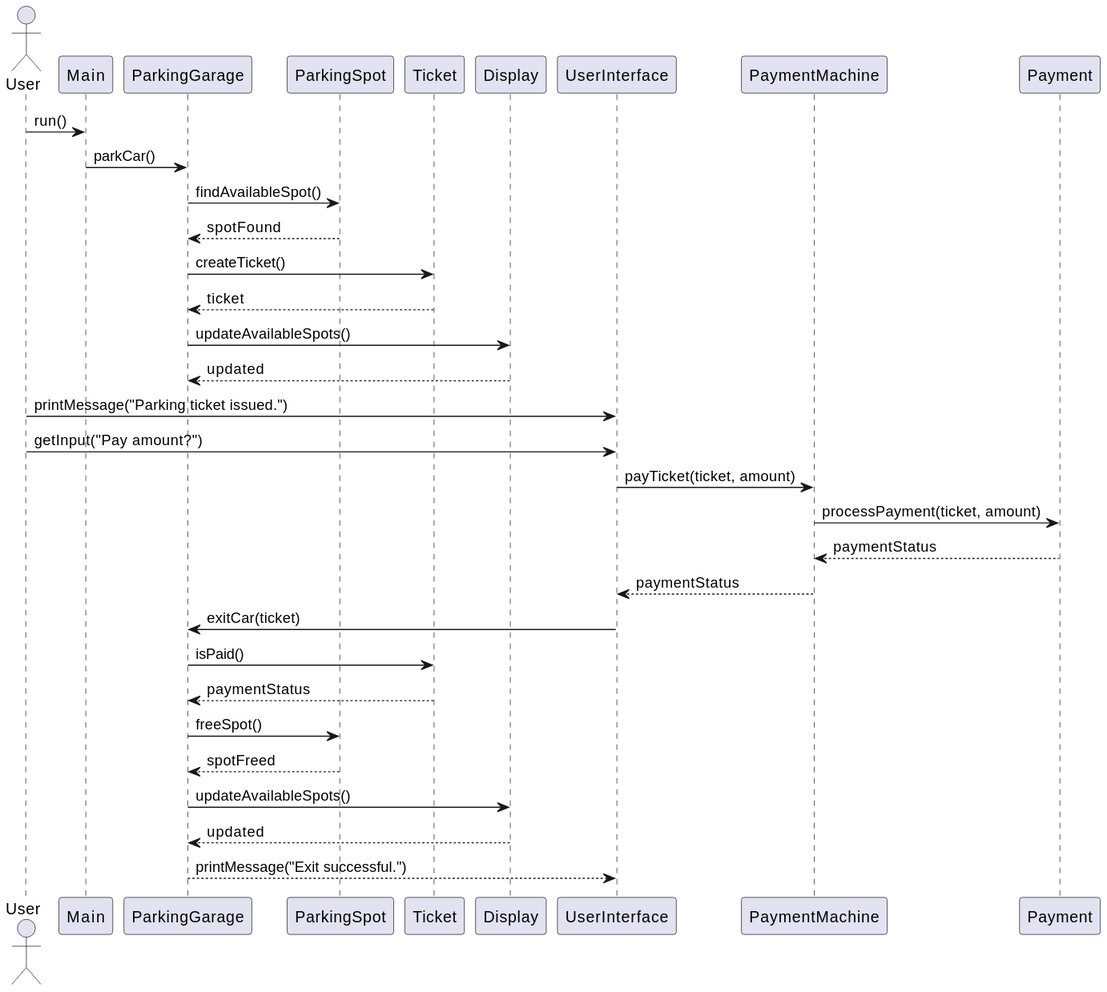
Earlier version of the PlantUML export uml/SequenceDiagramm-0.svg (LynnDelpy/ParkFlow).
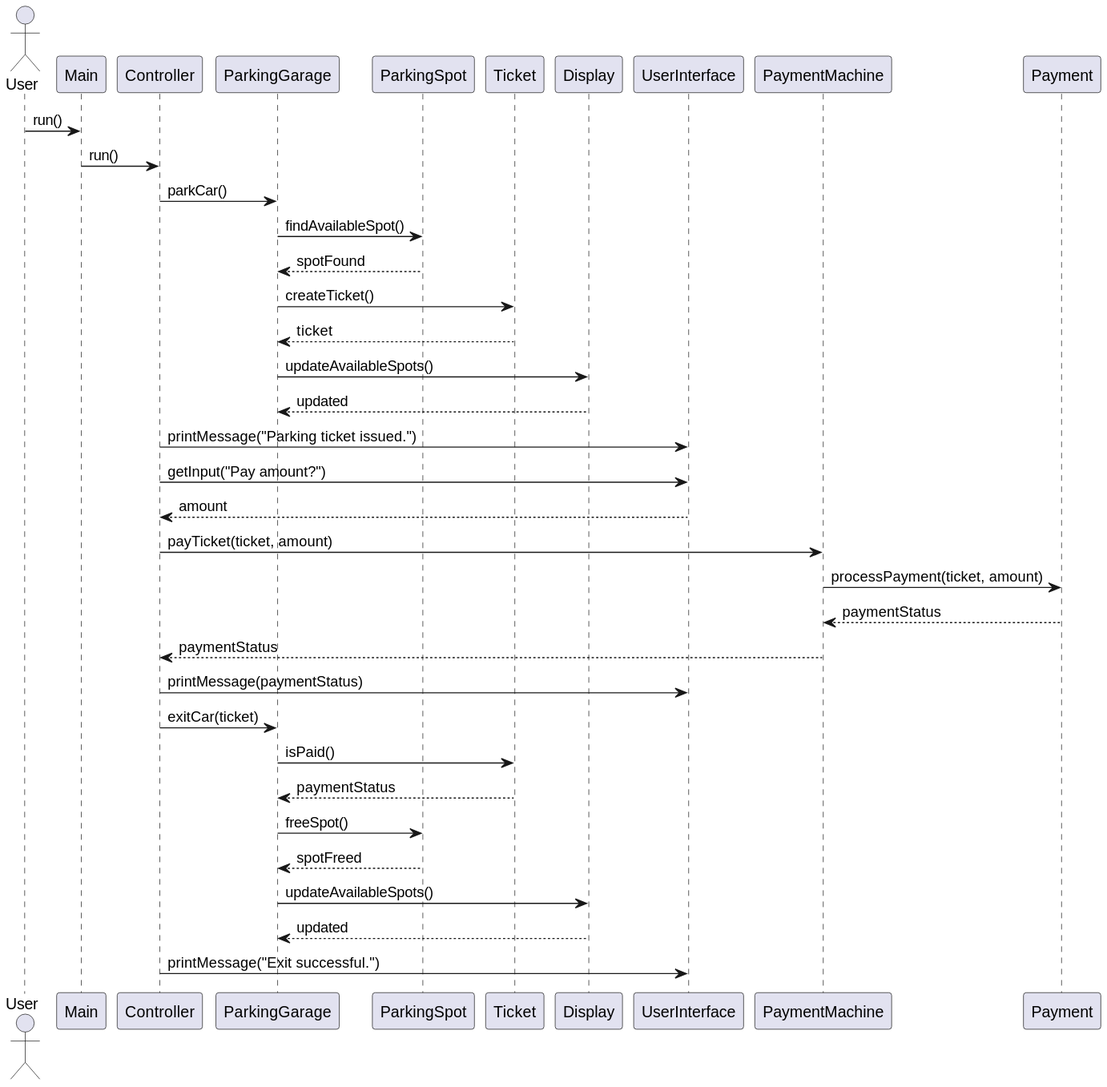
Later version of the same file.

Change to the diagram source:
```diff
@@ -2,7 +2,9 @@
 actor User
 
 User -> Main : run()
-Main -> ParkingGarage : parkCar()
+Main -> Controller : run()
+
+Controller -> ParkingGarage : parkCar()
 ParkingGarage -> ParkingSpot : findAvailableSpot()
 ParkingSpot --> ParkingGarage : spotFound
 ParkingGarage -> Ticket : createTicket()
@@ -10,18 +12,22 @@
 ParkingGarage -> Display : updateAvailableSpots()
 Display --> ParkingGarage : updated
 
-User -> UserInterface : printMessage("Parking ticket issued.")
-User -> UserInterface : getInput("Pay amount?")
-UserInterface -> PaymentMachine : payTicket(ticket, amount)
+Controller -> UserInterface : printMessage("Parking ticket issued.")
+Controller -> UserInterface : getInput("Pay amount?")
+UserInterface --> Controller : amount
+Controller -> PaymentMachine : payTicket(ticket, amount)
 PaymentMachine -> Payment : processPayment(ticket, amount)
 Payment --> PaymentMachine : paymentStatus
-PaymentMachine --> UserInterface : paymentStatus
-UserInterface -> ParkingGarage : exitCar(ticket)
+PaymentMachine --> Controller : paymentStatus
+Controller -> UserInterface : printMessage(paymentStatus)
+
+Controller -> ParkingGarage : exitCar(ticket)
 ParkingGarage -> Ticket : isPaid()
 Ticket --> ParkingGarage : paymentStatus
 ParkingGarage -> ParkingSpot : freeSpot()
 ParkingSpot --> ParkingGarage : spotFreed
 ParkingGarage -> Display : updateAvailableSpots()
 Display --> ParkingGarage : updated
-ParkingGarage --> UserInterface : printMessage("Exit successful.")
+
+Controller -> UserInterface : printMessage("Exit successful.")
 @enduml
```
